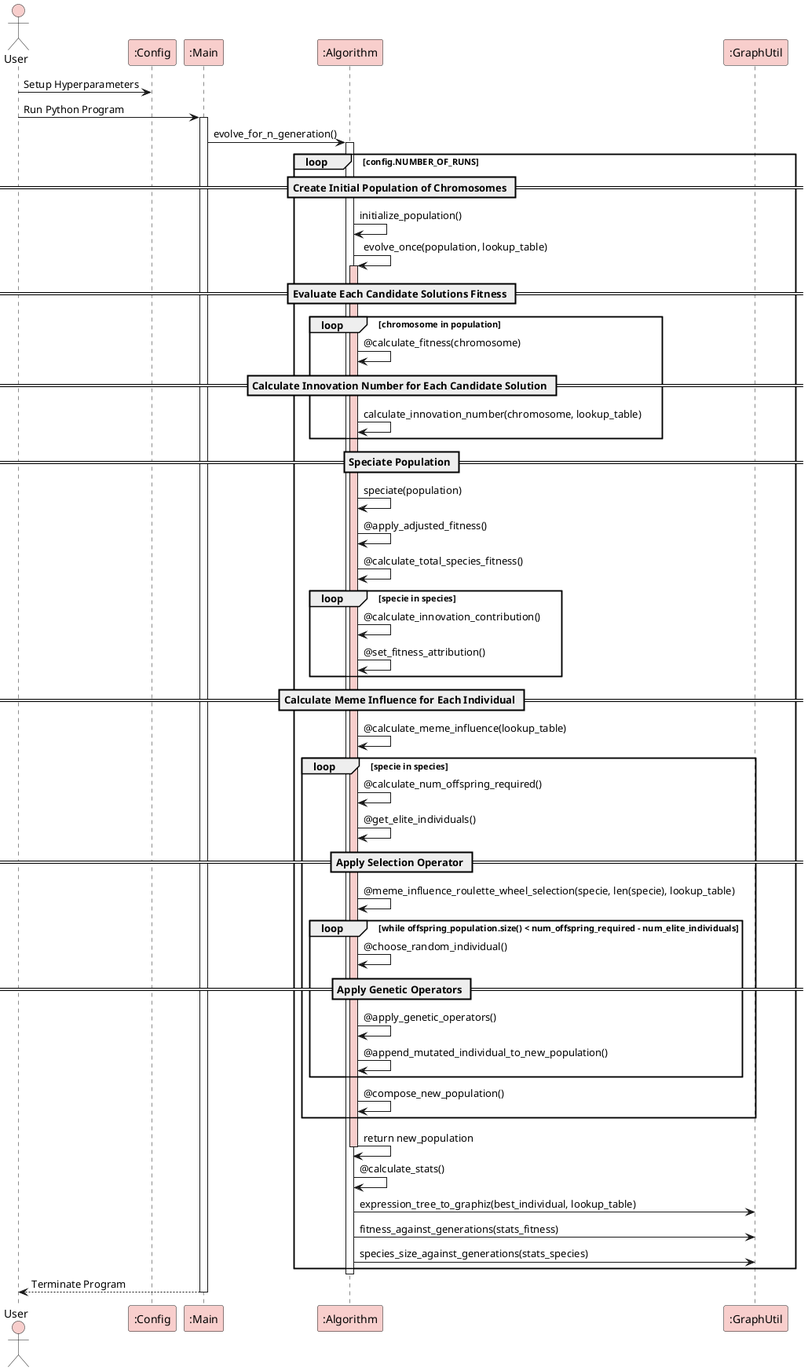
techlligence/master-dissertation keeps this PlantUML diagram as PlantUml/sequence_diagram.png. Above is the earlier version. Source of this version:
```plantuml
@startuml

actor User as user #f8cecc
participant ":Config" as config #f8cecc

user -> config: Setup Hyperparameters

participant ":Main" as main #f8cecc

user -> main : Run Python Program
activate main

participant ":Algorithm" as algorithm #f8cecc
main -> algorithm : evolve_for_n_generation()
activate algorithm

loop config.NUMBER_OF_RUNS
    == Create Initial Population of Chromosomes ==
    algorithm -> algorithm : initialize_population()

    algorithm -> algorithm : evolve_once(population, lookup_table)
    activate algorithm #f8cecc

    == Evaluate Each Candidate Solutions Fitness ==
    loop chromosome in population
        algorithm -> algorithm : @calculate_fitness(chromosome)
        == Calculate Innovation Number for Each Candidate Solution ==
        algorithm -> algorithm : calculate_innovation_number(chromosome, lookup_table)
    end

    == Speciate Population ==
    algorithm -> algorithm : speciate(population)

    algorithm -> algorithm : @apply_adjusted_fitness()
    algorithm -> algorithm : @calculate_total_species_fitness()

    loop specie in species
        algorithm -> algorithm : @calculate_innovation_contribution()
        algorithm -> algorithm : @set_fitness_attribution()
    end

    == Calculate Meme Influence for Each Individual ==
    algorithm -> algorithm : @calculate_meme_influence(lookup_table)

    loop specie in species
        algorithm -> algorithm : @calculate_num_offspring_required()
        algorithm -> algorithm : @get_elite_individuals()

        == Apply Selection Operator ==
        algorithm -> algorithm : @meme_influence_roulette_wheel_selection(specie, len(specie), lookup_table)

        loop while offspring_population.size() < num_offspring_required - num_elite_individuals
            algorithm -> algorithm : @choose_random_individual()
            == Apply Genetic Operators ==
            algorithm -> algorithm : @apply_genetic_operators()
            algorithm -> algorithm : @append_mutated_individual_to_new_population()
        end

        algorithm -> algorithm : @compose_new_population()
    end

    algorithm -> algorithm : return new_population

    deactivate algorithm

    algorithm -> algorithm : @calculate_stats()

    participant ":GraphUtil" as graphutil #f8cecc

    algorithm -> graphutil : expression_tree_to_graphiz(best_individual, lookup_table)
    algorithm -> graphutil : fitness_against_generations(stats_fitness)
    algorithm -> graphutil : species_size_against_generations(stats_species)
end


deactivate algorithm
user <-- main : Terminate Program
deactivate main

@enduml
```
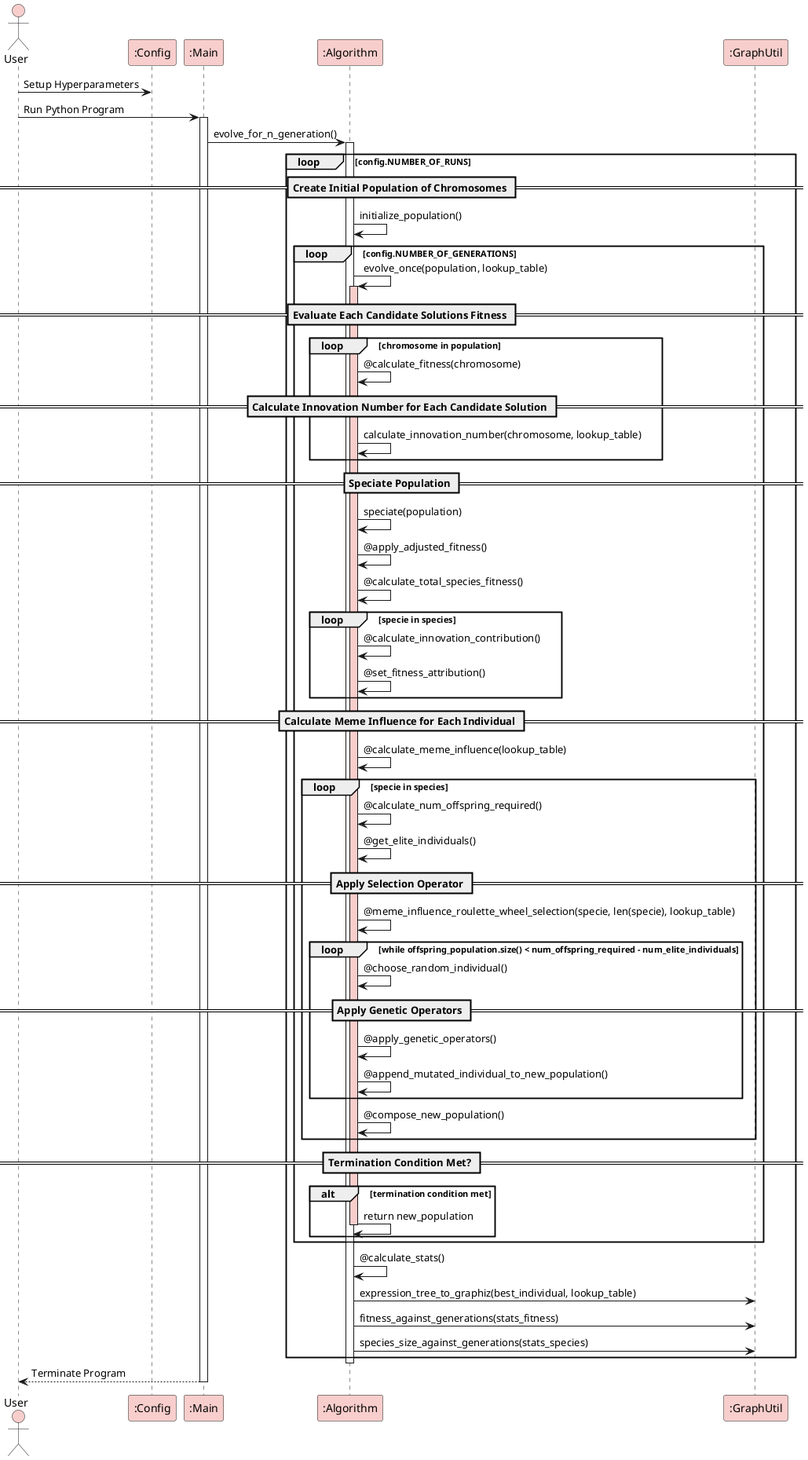
After the change.

Change to the diagram source:
```diff
@@ -18,50 +18,56 @@
     == Create Initial Population of Chromosomes ==
     algorithm -> algorithm : initialize_population()
 
-    algorithm -> algorithm : evolve_once(population, lookup_table)
-    activate algorithm #f8cecc
+    loop config.NUMBER_OF_GENERATIONS
 
-    == Evaluate Each Candidate Solutions Fitness ==
-    loop chromosome in population
-        algorithm -> algorithm : @calculate_fitness(chromosome)
-        == Calculate Innovation Number for Each Candidate Solution ==
-        algorithm -> algorithm : calculate_innovation_number(chromosome, lookup_table)
-    end
+        algorithm -> algorithm : evolve_once(population, lookup_table)
+        activate algorithm #f8cecc
 
-    == Speciate Population ==
-    algorithm -> algorithm : speciate(population)
-
-    algorithm -> algorithm : @apply_adjusted_fitness()
-    algorithm -> algorithm : @calculate_total_species_fitness()
-
-    loop specie in species
-        algorithm -> algorithm : @calculate_innovation_contribution()
-        algorithm -> algorithm : @set_fitness_attribution()
-    end
-
-    == Calculate Meme Influence for Each Individual ==
-    algorithm -> algorithm : @calculate_meme_influence(lookup_table)
-
-    loop specie in species
-        algorithm -> algorithm : @calculate_num_offspring_required()
-        algorithm -> algorithm : @get_elite_individuals()
-
-        == Apply Selection Operator ==
-        algorithm -> algorithm : @meme_influence_roulette_wheel_selection(specie, len(specie), lookup_table)
-
-        loop while offspring_population.size() < num_offspring_required - num_elite_individuals
-            algorithm -> algorithm : @choose_random_individual()
-            == Apply Genetic Operators ==
-            algorithm -> algorithm : @apply_genetic_operators()
-            algorithm -> algorithm : @append_mutated_individual_to_new_population()
+        == Evaluate Each Candidate Solutions Fitness ==
+        loop chromosome in population
+            algorithm -> algorithm : @calculate_fitness(chromosome)
+            == Calculate Innovation Number for Each Candidate Solution ==
+            algorithm -> algorithm : calculate_innovation_number(chromosome, lookup_table)
         end
 
-        algorithm -> algorithm : @compose_new_population()
+        == Speciate Population ==
+        algorithm -> algorithm : speciate(population)
+
+        algorithm -> algorithm : @apply_adjusted_fitness()
+        algorithm -> algorithm : @calculate_total_species_fitness()
+
+        loop specie in species
+            algorithm -> algorithm : @calculate_innovation_contribution()
+            algorithm -> algorithm : @set_fitness_attribution()
+        end
+
+        == Calculate Meme Influence for Each Individual ==
+        algorithm -> algorithm : @calculate_meme_influence(lookup_table)
+
+        loop specie in species
+            algorithm -> algorithm : @calculate_num_offspring_required()
+            algorithm -> algorithm : @get_elite_individuals()
+
+            == Apply Selection Operator ==
+            algorithm -> algorithm : @meme_influence_roulette_wheel_selection(specie, len(specie), lookup_table)
+
+            loop while offspring_population.size() < num_offspring_required - num_elite_individuals
+                algorithm -> algorithm : @choose_random_individual()
+                == Apply Genetic Operators ==
+                algorithm -> algorithm : @apply_genetic_operators()
+                algorithm -> algorithm : @append_mutated_individual_to_new_population()
+            end
+
+            algorithm -> algorithm : @compose_new_population()
+        end
+
+        == Termination Condition Met? ==
+        alt termination condition met
+        algorithm -> algorithm : return new_population
+        deactivate algorithm
+        end
+
     end
-
-    algorithm -> algorithm : return new_population
-
-    deactivate algorithm
 
     algorithm -> algorithm : @calculate_stats()
 
```
